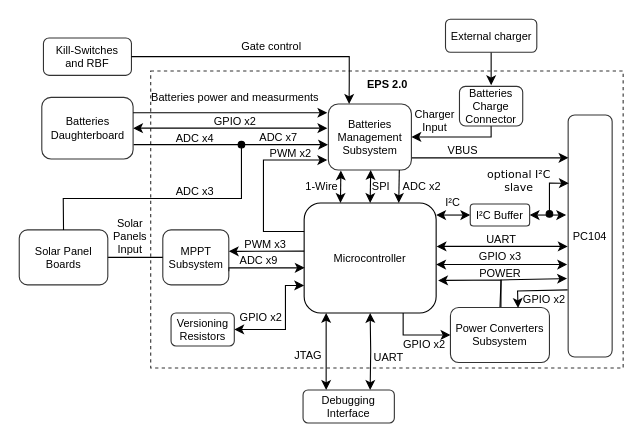
Before: doc/figures/eps2_mcu_diagram.drawio in spacelab-ufsc/eps2, a draw.io diagram. Source tidied: cells renumbered, new cells numbered last; positions are measured from the earlier drawing's top-left corner, leaving out a move shared by most shapes. Both pictures are drawn from the tidied source at 110%, with x=0, y=0 at pixel (19, 19).
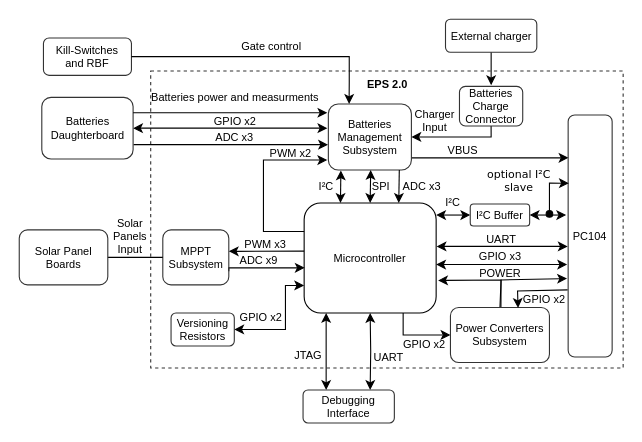
The same diagram, later.

Commit message (it also covers changes not shown here):
doc: chapters: overview: Updating MCU and power block diagrams, adding PNG source images #127 #128 #130

Unchanged cells that the change refers to:
```xml
<mxCell id="19" value="Solar Panel Boards" style="rounded=1;whiteSpace=wrap;html=1;strokeColor=#333333;strokeWidth=1;fillColor=none;fontSize=10;" parent="1" vertex="1">
  <mxGeometry y="191.5" width="80.5" height="50" as="geometry" />
</mxCell>
```

What changed in the source:
```diff
@@
-    <mxCell id="26" value="ADC x7" style="text;html=1;strokeColor=none;fillColor=none;align=center;verticalAlign=middle;whiteSpace=wrap;rounded=0;shadow=0;glass=0;sketch=0;fontSize=10;" parent="1" vertex="1">
-      <mxGeometry x="214" y="99.5" width="44" height="15" as="geometry" />
-    </mxCell>
@@
-    <mxCell id="28" value="ADC x2" style="text;html=1;strokeColor=none;fillColor=none;align=left;verticalAlign=middle;whiteSpace=wrap;rounded=0;shadow=0;glass=0;sketch=0;fontSize=10;" parent="1" vertex="1">
+    <mxCell id="28" value="ADC x3" style="text;html=1;strokeColor=none;fillColor=none;align=left;verticalAlign=middle;whiteSpace=wrap;rounded=0;shadow=0;glass=0;sketch=0;fontSize=10;" parent="1" vertex="1">
       <mxGeometry x="346.5" y="142" width="45.5" height="20" as="geometry" />
     </mxCell>
-    <mxCell id="29" value="1-Wire" style="text;html=1;strokeColor=none;fillColor=none;align=right;verticalAlign=middle;whiteSpace=wrap;rounded=0;shadow=0;glass=0;sketch=0;fontSize=10;" parent="1" vertex="1">
-      <mxGeometry x="248.8" y="147" width="43.2" height="10" as="geometry" />
+    <mxCell id="29" value="I²C" style="text;html=1;strokeColor=none;fillColor=none;align=right;verticalAlign=middle;whiteSpace=wrap;rounded=0;shadow=0;glass=0;sketch=0;fontSize=10;" parent="1" vertex="1">
+      <mxGeometry x="267.5" y="147" width="20" height="10" as="geometry" />
     </mxCell>
@@
-    <mxCell id="49" style="endArrow=none;html=1;fontColor=#FF0000;entryX=0.5;entryY=0;entryDx=0;entryDy=0;rounded=0;endFill=0;startArrow=oval;startFill=1;" parent="1" edge="1" target="19">
-      <mxGeometry relative="1" as="geometry">
-        <mxPoint x="202" y="114" as="sourcePoint" />
-        <Array as="points">
-          <mxPoint x="202" y="163" />
-          <mxPoint x="40" y="163" />
-        </Array>
-      </mxGeometry>
-    </mxCell>
-    <mxCell id="50" value="ADC x4" style="text;html=1;strokeColor=none;fillColor=none;align=center;verticalAlign=middle;whiteSpace=wrap;rounded=0;shadow=0;glass=0;sketch=0;fontSize=10;" parent="1" vertex="1">
-      <mxGeometry x="138" y="100" width="44" height="15" as="geometry" />
+    <mxCell id="50" value="ADC x3" style="text;html=1;strokeColor=none;fillColor=none;align=center;verticalAlign=middle;whiteSpace=wrap;rounded=0;shadow=0;glass=0;sketch=0;fontSize=10;" parent="1" vertex="1">
+      <mxGeometry x="174" y="99" width="44" height="15" as="geometry" />
     </mxCell>
-    <mxCell id="51" value="ADC x3" style="text;html=1;strokeColor=none;fillColor=none;align=center;verticalAlign=middle;whiteSpace=wrap;rounded=0;shadow=0;glass=0;sketch=0;fontSize=10;" parent="1" vertex="1">
-      <mxGeometry x="138" y="148" width="44" height="15" as="geometry" />
-    </mxCell>
```
